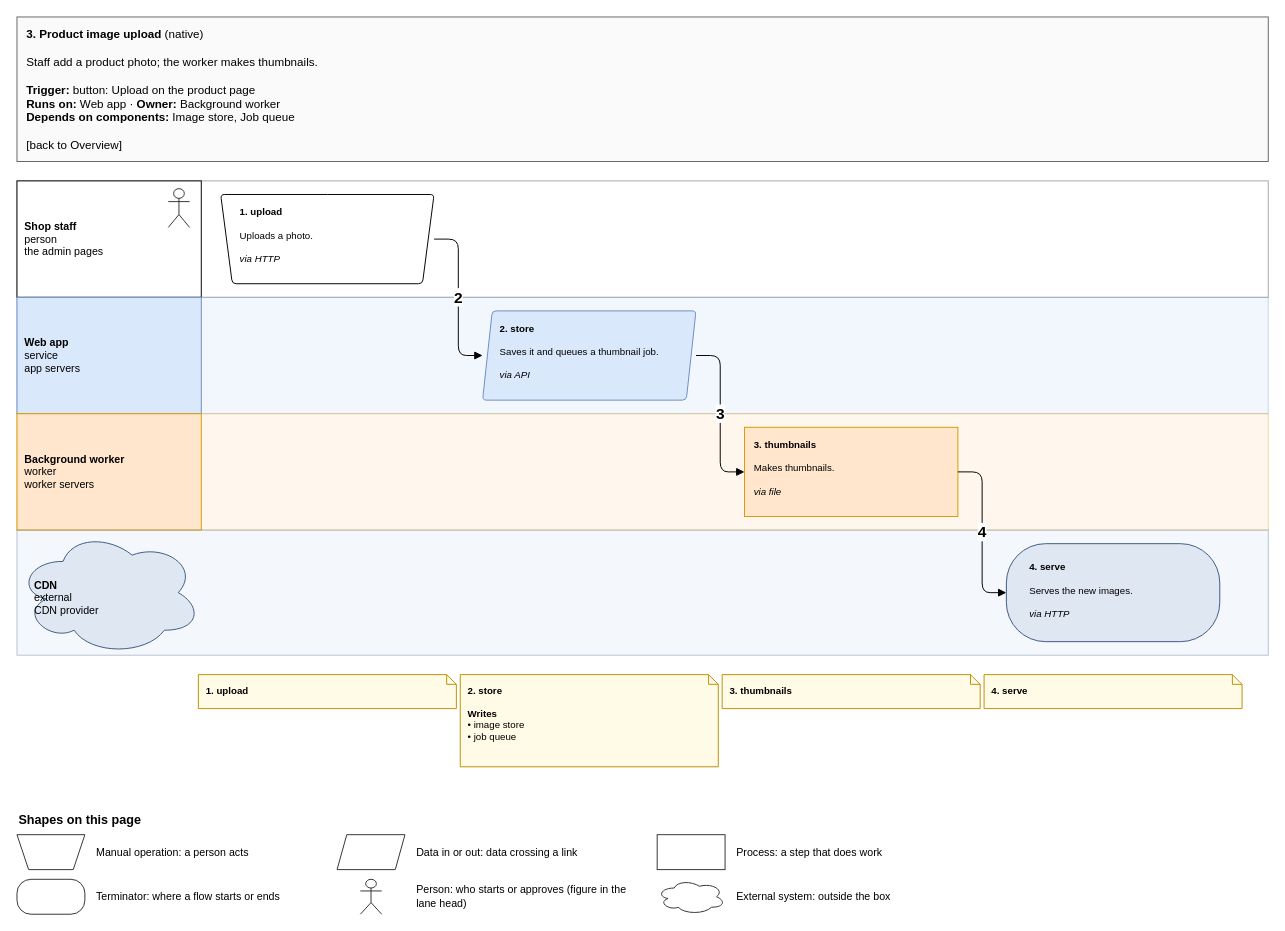
The draw.io diagram page "3. Product image upload" (5 of 7) of specialists/platform/skill-drawio/examples/shop/drawio/flows.drawio in amalikn/skills_stuff, before the edit. Source tidied: cells renumbered, new cells numbered last; positions are measured from the earlier drawing's top-left corner, leaving out a move shared by most shapes. Both pictures are drawn from the tidied source at 97%, with x=0, y=0 at pixel (16, 16).
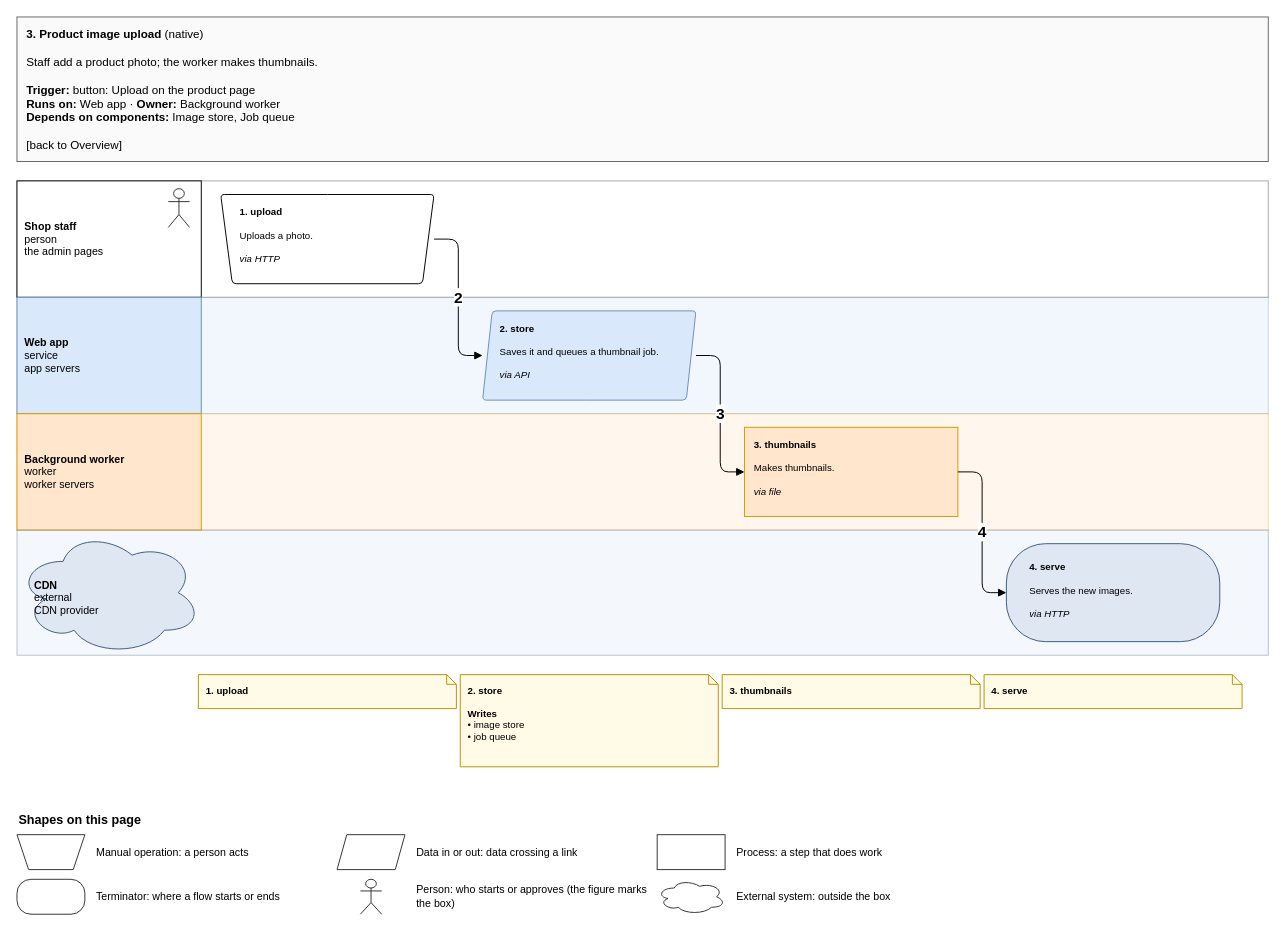
The same diagram, later.

The edit, as a diff of the source:
```diff
@@
-    <mxCell id="30" value="Person: who starts or approves (figure in the lane head)" style="text;html=1;align=left;verticalAlign=middle;whiteSpace=wrap;fontSize=11;" parent="1" vertex="1">
+    <mxCell id="30" value="Person: who starts or approves (the figure marks the box)" style="text;html=1;align=left;verticalAlign=middle;whiteSpace=wrap;fontSize=11;" parent="1" vertex="1">
       <mxGeometry x="410" y="889" width="240" height="36" as="geometry" />
     </mxCell>
```
